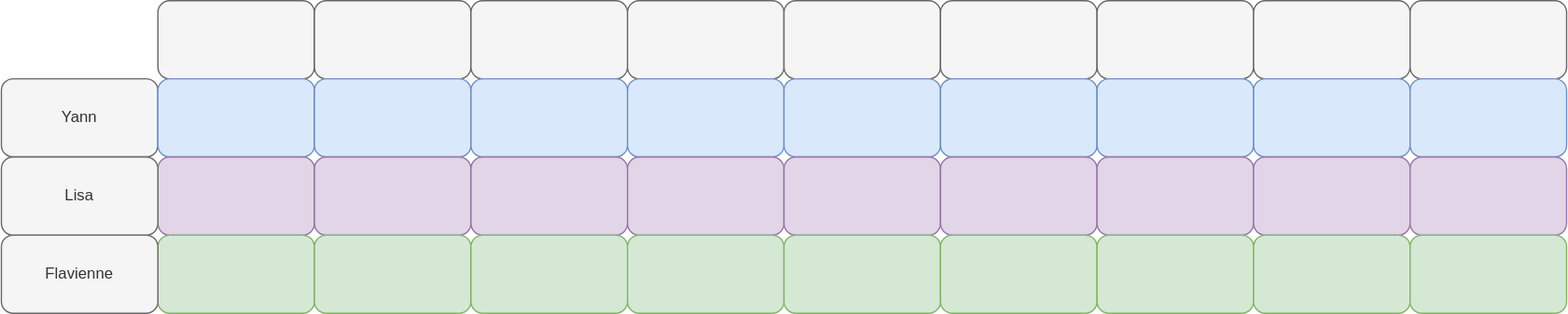
Above: planning.svg in UchatOrg/guideline (draw.io), before the change. Source tidied: cells renumbered, new cells last; positions are measured from the earlier drawing's top-left corner, leaving out a move shared by most shapes.
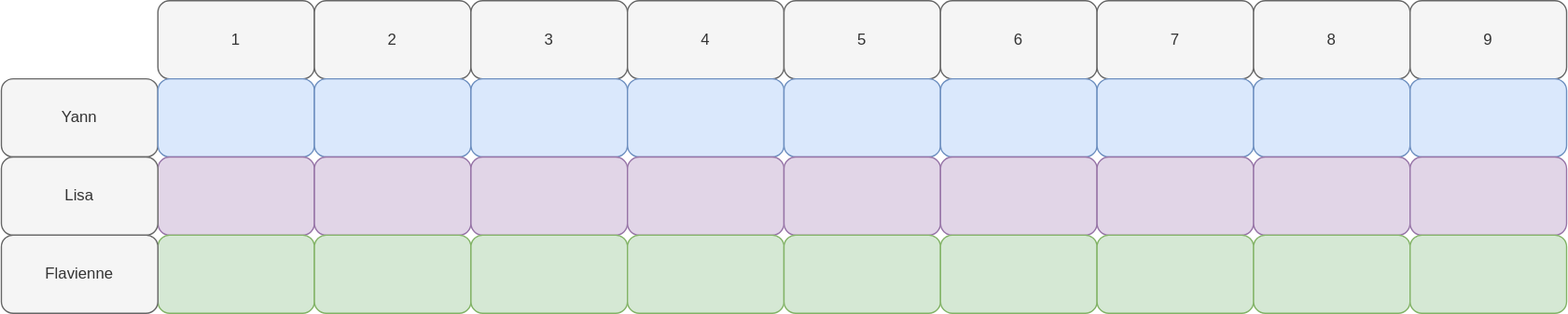
After the commit.

Diff of the diagram source:
```diff
@@ -2,19 +2,19 @@
   <root>
     <mxCell id="0" />
     <mxCell id="1" parent="0" />
-    <mxCell id="2" style="rounded=1;whiteSpace=wrap;html=1;fillColor=#f5f5f5;strokeColor=#666666;fontColor=#333333;" parent="1" vertex="1">
+    <mxCell id="2" value="1" style="rounded=1;whiteSpace=wrap;html=1;fillColor=#f5f5f5;strokeColor=#666666;fontColor=#333333;" parent="1" vertex="1">
       <mxGeometry x="120" width="120" height="60" as="geometry" />
     </mxCell>
-    <mxCell id="3" style="rounded=1;whiteSpace=wrap;html=1;fillColor=#f5f5f5;strokeColor=#666666;fontColor=#333333;" parent="1" vertex="1">
+    <mxCell id="3" value="2" style="rounded=1;whiteSpace=wrap;html=1;fillColor=#f5f5f5;strokeColor=#666666;fontColor=#333333;" parent="1" vertex="1">
       <mxGeometry x="240" width="120" height="60" as="geometry" />
     </mxCell>
-    <mxCell id="4" style="rounded=1;whiteSpace=wrap;html=1;fillColor=#f5f5f5;strokeColor=#666666;fontColor=#333333;" parent="1" vertex="1">
+    <mxCell id="4" value="3" style="rounded=1;whiteSpace=wrap;html=1;fillColor=#f5f5f5;strokeColor=#666666;fontColor=#333333;" parent="1" vertex="1">
       <mxGeometry x="360" width="120" height="60" as="geometry" />
     </mxCell>
-    <mxCell id="5" style="rounded=1;whiteSpace=wrap;html=1;fillColor=#f5f5f5;strokeColor=#666666;fontColor=#333333;" parent="1" vertex="1">
+    <mxCell id="5" value="4" style="rounded=1;whiteSpace=wrap;html=1;fillColor=#f5f5f5;strokeColor=#666666;fontColor=#333333;" parent="1" vertex="1">
       <mxGeometry x="480" width="120" height="60" as="geometry" />
     </mxCell>
-    <mxCell id="6" style="rounded=1;whiteSpace=wrap;html=1;fillColor=#f5f5f5;strokeColor=#666666;fontColor=#333333;" parent="1" vertex="1">
+    <mxCell id="6" value="5" style="rounded=1;whiteSpace=wrap;html=1;fillColor=#f5f5f5;strokeColor=#666666;fontColor=#333333;" parent="1" vertex="1">
       <mxGeometry x="600" width="120" height="60" as="geometry" />
     </mxCell>
     <mxCell id="7" value="Yann" style="rounded=1;whiteSpace=wrap;html=1;fillColor=#f5f5f5;strokeColor=#666666;fontColor=#333333;" parent="1" vertex="1">
@@ -71,7 +71,7 @@
     <mxCell id="24" value="Flavienne" style="rounded=1;whiteSpace=wrap;html=1;fillColor=#f5f5f5;strokeColor=#666666;fontColor=#333333;" parent="1" vertex="1">
       <mxGeometry y="180" width="120" height="60" as="geometry" />
     </mxCell>
-    <mxCell id="25" style="rounded=1;whiteSpace=wrap;html=1;fillColor=#f5f5f5;strokeColor=#666666;fontColor=#333333;" parent="1" vertex="1">
+    <mxCell id="25" value="6" style="rounded=1;whiteSpace=wrap;html=1;fillColor=#f5f5f5;strokeColor=#666666;fontColor=#333333;" parent="1" vertex="1">
       <mxGeometry x="720" width="120" height="60" as="geometry" />
     </mxCell>
     <mxCell id="26" style="rounded=1;whiteSpace=wrap;html=1;fillColor=#dae8fc;strokeColor=#6c8ebf;" parent="1" vertex="1">
@@ -83,10 +83,10 @@
     <mxCell id="28" style="rounded=1;whiteSpace=wrap;html=1;fillColor=#d5e8d4;strokeColor=#82b366;" parent="1" vertex="1">
       <mxGeometry x="720" y="180" width="120" height="60" as="geometry" />
     </mxCell>
-    <mxCell id="29" style="rounded=1;whiteSpace=wrap;html=1;fillColor=#f5f5f5;strokeColor=#666666;fontColor=#333333;" parent="1" vertex="1">
+    <mxCell id="29" value="7" style="rounded=1;whiteSpace=wrap;html=1;fillColor=#f5f5f5;strokeColor=#666666;fontColor=#333333;" parent="1" vertex="1">
       <mxGeometry x="840" width="120" height="60" as="geometry" />
     </mxCell>
-    <mxCell id="30" style="rounded=1;whiteSpace=wrap;html=1;fillColor=#f5f5f5;strokeColor=#666666;fontColor=#333333;" parent="1" vertex="1">
+    <mxCell id="30" value="8" style="rounded=1;whiteSpace=wrap;html=1;fillColor=#f5f5f5;strokeColor=#666666;fontColor=#333333;" parent="1" vertex="1">
       <mxGeometry x="960" width="120" height="60" as="geometry" />
     </mxCell>
     <mxCell id="31" style="rounded=1;whiteSpace=wrap;html=1;strokeColor=#6c8ebf;fillColor=#dae8fc;" parent="1" vertex="1">
@@ -107,7 +107,7 @@
     <mxCell id="36" style="rounded=1;whiteSpace=wrap;html=1;fillColor=#d5e8d4;strokeColor=#82b366;" parent="1" vertex="1">
       <mxGeometry x="960" y="180" width="120" height="60" as="geometry" />
     </mxCell>
-    <mxCell id="37" style="rounded=1;whiteSpace=wrap;html=1;fillColor=#f5f5f5;strokeColor=#666666;fontColor=#333333;" parent="1" vertex="1">
+    <mxCell id="37" value="9" style="rounded=1;whiteSpace=wrap;html=1;fillColor=#f5f5f5;strokeColor=#666666;fontColor=#333333;" parent="1" vertex="1">
       <mxGeometry x="1080" width="120" height="60" as="geometry" />
     </mxCell>
     <mxCell id="38" style="rounded=1;whiteSpace=wrap;html=1;strokeColor=#6c8ebf;fillColor=#dae8fc;" parent="1" vertex="1">
```
